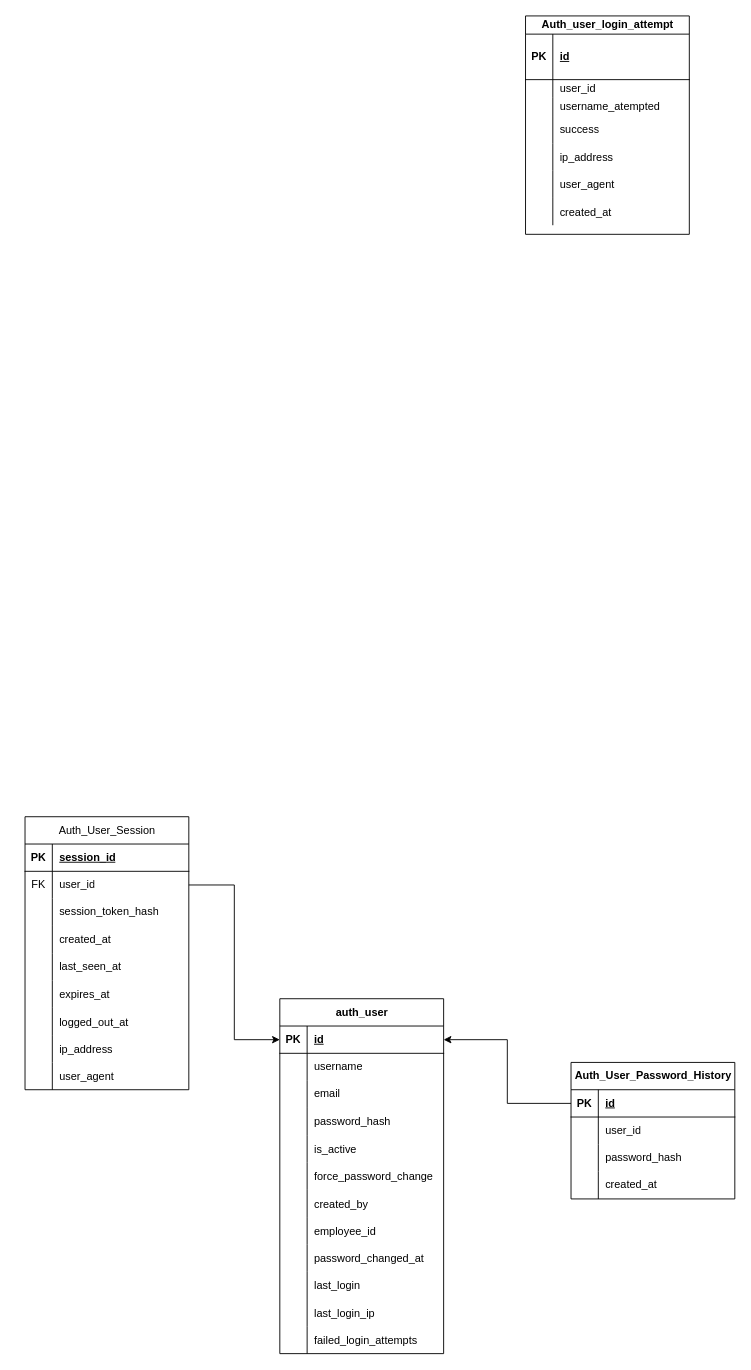
The draw.io diagram hrms.drawio in Shreya-Kosabe-07/hrms_flows2, before the edit. Source tidied: cells renumbered, new cells numbered last; positions are measured from the earlier drawing's top-left corner, leaving out a move shared by most shapes. Both pictures are drawn from the tidied source at 91%, with x=0, y=0 at pixel (25, 15).
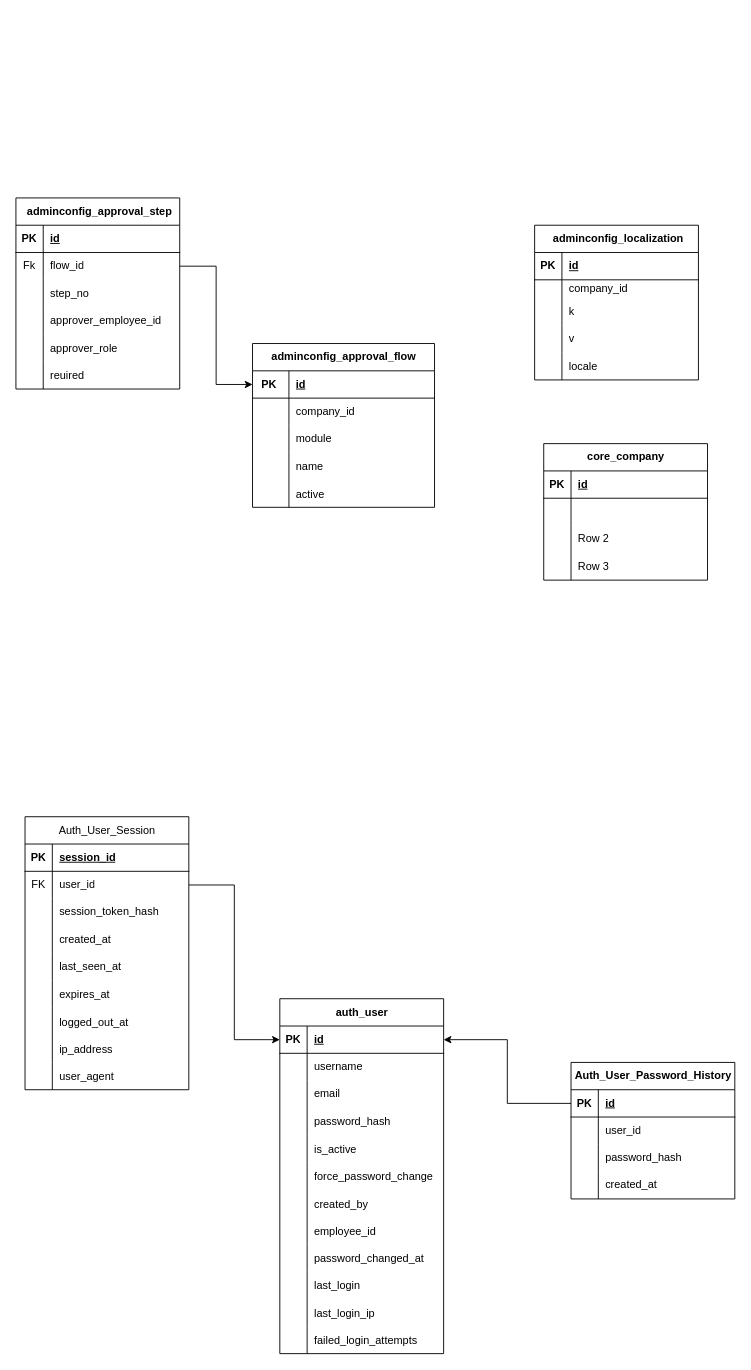
Above is the later version.

The edit, as a diff of the source:
```diff
@@
-    <mxCell id="67" value="Auth_user_login_attempt" style="shape=table;startSize=20;childLayout=tableLayout;rowLines=0;fontStyle=1;align=center;html=1;" parent="1" vertex="1">
-      <mxGeometry x="550" width="180" height="240" as="geometry" />
-    </mxCell>
-    <mxCell id="68" style="shape=tableRow;horizontal=0;startSize=0;swimlaneHead=0;swimlaneBody=0;fillColor=none;top=0;left=0;right=0;bottom=1;" parent="67" vertex="1">
-      <mxGeometry y="20" width="180" height="50" as="geometry" />
-    </mxCell>
-    <mxCell id="69" value="PK" style="shape=partialRectangle;fillColor=none;top=0;left=0;bottom=0;right=0;fontStyle=1;overflow=hidden;whiteSpace=wrap;html=1;" parent="68" vertex="1">
-      <mxGeometry width="30" height="50" as="geometry" />
-    </mxCell>
-    <mxCell id="70" value="id" style="shape=partialRectangle;fillColor=none;top=0;left=0;bottom=0;right=0;align=left;spacingLeft=6;fontStyle=5;overflow=hidden;whiteSpace=wrap;html=1;" parent="68" vertex="1">
-      <mxGeometry x="30" width="150" height="50" as="geometry" />
-    </mxCell>
-    <mxCell id="71" style="shape=tableRow;horizontal=0;startSize=0;swimlaneHead=0;swimlaneBody=0;fillColor=none;top=0;left=0;right=0;bottom=0;" parent="67" vertex="1">
-      <mxGeometry y="70" width="180" height="20" as="geometry" />
-    </mxCell>
-    <mxCell id="72" style="shape=partialRectangle;fillColor=none;top=0;left=0;bottom=0;right=0;overflow=hidden;whiteSpace=wrap;html=1;" parent="71" vertex="1">
-      <mxGeometry width="30" height="20" as="geometry" />
-    </mxCell>
-    <mxCell id="73" value="user_id" style="shape=partialRectangle;fillColor=none;top=0;left=0;bottom=0;right=0;align=left;spacingLeft=6;overflow=hidden;whiteSpace=wrap;html=1;" parent="71" vertex="1">
-      <mxGeometry x="30" width="150" height="20" as="geometry" />
-    </mxCell>
-    <mxCell id="74" style="shape=tableRow;horizontal=0;startSize=0;swimlaneHead=0;swimlaneBody=0;fillColor=none;top=0;left=0;right=0;bottom=0;" parent="67" vertex="1">
-      <mxGeometry y="90" width="180" height="20" as="geometry" />
-    </mxCell>
-    <mxCell id="75" style="shape=partialRectangle;fillColor=none;top=0;left=0;bottom=0;right=0;overflow=hidden;whiteSpace=wrap;html=1;" parent="74" vertex="1">
-      <mxGeometry width="30" height="20" as="geometry" />
-    </mxCell>
-    <mxCell id="76" value="username_atempted" style="shape=partialRectangle;fillColor=none;top=0;left=0;bottom=0;right=0;align=left;spacingLeft=6;overflow=hidden;whiteSpace=wrap;html=1;" parent="74" vertex="1">
-      <mxGeometry x="30" width="150" height="20" as="geometry" />
-    </mxCell>
-    <mxCell id="77" style="shape=tableRow;horizontal=0;startSize=0;swimlaneHead=0;swimlaneBody=0;fillColor=none;top=0;left=0;right=0;bottom=0;" parent="67" vertex="1">
-      <mxGeometry y="110" width="180" height="30" as="geometry" />
-    </mxCell>
-    <mxCell id="78" style="shape=partialRectangle;fillColor=none;top=0;left=0;bottom=0;right=0;overflow=hidden;whiteSpace=wrap;html=1;" parent="77" vertex="1">
-      <mxGeometry width="30" height="30" as="geometry" />
-    </mxCell>
-    <mxCell id="79" value="success" style="shape=partialRectangle;fillColor=none;top=0;left=0;bottom=0;right=0;align=left;spacingLeft=6;overflow=hidden;whiteSpace=wrap;html=1;" parent="77" vertex="1">
-      <mxGeometry x="30" width="150" height="30" as="geometry" />
-    </mxCell>
-    <mxCell id="80" style="shape=tableRow;horizontal=0;startSize=0;swimlaneHead=0;swimlaneBody=0;fillColor=none;top=0;left=0;right=0;bottom=0;" parent="67" vertex="1">
-      <mxGeometry y="140" width="180" height="30" as="geometry" />
-    </mxCell>
-    <mxCell id="81" style="shape=partialRectangle;fillColor=none;top=0;left=0;bottom=0;right=0;overflow=hidden;" parent="80" vertex="1">
-      <mxGeometry width="30" height="30" as="geometry" />
-    </mxCell>
-    <mxCell id="82" value="ip_address" style="shape=partialRectangle;fillColor=none;top=0;left=0;bottom=0;right=0;align=left;spacingLeft=6;overflow=hidden;" parent="80" vertex="1">
-      <mxGeometry x="30" width="150" height="30" as="geometry" />
-    </mxCell>
-    <mxCell id="83" style="shape=tableRow;horizontal=0;startSize=0;swimlaneHead=0;swimlaneBody=0;fillColor=none;top=0;left=0;right=0;bottom=0;" parent="67" vertex="1">
-      <mxGeometry y="170" width="180" height="30" as="geometry" />
-    </mxCell>
-    <mxCell id="84" style="shape=partialRectangle;fillColor=none;top=0;left=0;bottom=0;right=0;overflow=hidden;" parent="83" vertex="1">
-      <mxGeometry width="30" height="30" as="geometry" />
-    </mxCell>
-    <mxCell id="85" value="user_agent" style="shape=partialRectangle;fillColor=none;top=0;left=0;bottom=0;right=0;align=left;spacingLeft=6;overflow=hidden;" parent="83" vertex="1">
-      <mxGeometry x="30" width="150" height="30" as="geometry" />
-    </mxCell>
-    <mxCell id="86" style="shape=tableRow;horizontal=0;startSize=0;swimlaneHead=0;swimlaneBody=0;fillColor=none;top=0;left=0;right=0;bottom=0;" parent="67" vertex="1">
-      <mxGeometry y="200" width="180" height="30" as="geometry" />
-    </mxCell>
-    <mxCell id="87" style="shape=partialRectangle;fillColor=none;top=0;left=0;bottom=0;right=0;overflow=hidden;" parent="86" vertex="1">
-      <mxGeometry width="30" height="30" as="geometry" />
-    </mxCell>
-    <mxCell id="88" value="created_at" style="shape=partialRectangle;fillColor=none;top=0;left=0;bottom=0;right=0;align=left;spacingLeft=6;overflow=hidden;" parent="86" vertex="1">
-      <mxGeometry x="30" width="150" height="30" as="geometry" />
-    </mxCell>
@@
+    <mxCell id="104" value="&amp;nbsp;adminconfig_approval_step" style="shape=table;startSize=30;childLayout=tableLayout;rowLines=0;fontStyle=1;align=center;html=1;" parent="1" vertex="1">
+      <mxGeometry x="-10" y="200" width="180" height="210" as="geometry" />
+    </mxCell>
+    <mxCell id="105" style="shape=tableRow;horizontal=0;startSize=0;swimlaneHead=0;swimlaneBody=0;fillColor=none;top=0;left=0;right=0;bottom=1;" parent="104" vertex="1">
+      <mxGeometry y="30" width="180" height="30" as="geometry" />
+    </mxCell>
+    <mxCell id="106" value="PK" style="shape=partialRectangle;fillColor=none;top=0;left=0;bottom=0;right=0;fontStyle=1;overflow=hidden;whiteSpace=wrap;html=1;" parent="105" vertex="1">
+      <mxGeometry width="30" height="30" as="geometry" />
+    </mxCell>
+    <mxCell id="107" value="id" style="shape=partialRectangle;fillColor=none;top=0;left=0;bottom=0;right=0;align=left;spacingLeft=6;fontStyle=5;overflow=hidden;whiteSpace=wrap;html=1;" parent="105" vertex="1">
+      <mxGeometry x="30" width="150" height="30" as="geometry" />
+    </mxCell>
+    <mxCell id="108" style="shape=tableRow;horizontal=0;startSize=0;swimlaneHead=0;swimlaneBody=0;fillColor=none;points=[[0,0.5],[1,0.5]];portConstraint=eastwest;top=0;left=0;right=0;bottom=0;" parent="104" vertex="1">
+      <mxGeometry y="60" width="180" height="30" as="geometry" />
+    </mxCell>
+    <mxCell id="109" value="Fk" style="shape=partialRectangle;fillColor=none;top=0;left=0;bottom=0;right=0;overflow=hidden;whiteSpace=wrap;html=1;" parent="108" vertex="1">
+      <mxGeometry width="30" height="30" as="geometry" />
+    </mxCell>
+    <mxCell id="110" value="flow_id" style="shape=partialRectangle;fillColor=none;top=0;left=0;bottom=0;right=0;align=left;spacingLeft=6;overflow=hidden;whiteSpace=wrap;html=1;" parent="108" vertex="1">
+      <mxGeometry x="30" width="150" height="30" as="geometry" />
+    </mxCell>
+    <mxCell id="111" style="shape=tableRow;horizontal=0;startSize=0;swimlaneHead=0;swimlaneBody=0;fillColor=none;top=0;left=0;right=0;bottom=0;" parent="104" vertex="1">
+      <mxGeometry y="90" width="180" height="30" as="geometry" />
+    </mxCell>
+    <mxCell id="112" style="shape=partialRectangle;fillColor=none;top=0;left=0;bottom=0;right=0;overflow=hidden;whiteSpace=wrap;html=1;" parent="111" vertex="1">
+      <mxGeometry width="30" height="30" as="geometry" />
+    </mxCell>
+    <mxCell id="113" value="step_no" style="shape=partialRectangle;fillColor=none;top=0;left=0;bottom=0;right=0;align=left;spacingLeft=6;overflow=hidden;whiteSpace=wrap;html=1;" parent="111" vertex="1">
+      <mxGeometry x="30" width="150" height="30" as="geometry" />
+    </mxCell>
+    <mxCell id="114" style="shape=tableRow;horizontal=0;startSize=0;swimlaneHead=0;swimlaneBody=0;fillColor=none;top=0;left=0;right=0;bottom=0;" parent="104" vertex="1">
+      <mxGeometry y="120" width="180" height="30" as="geometry" />
+    </mxCell>
+    <mxCell id="115" style="shape=partialRectangle;fillColor=none;top=0;left=0;bottom=0;right=0;overflow=hidden;whiteSpace=wrap;html=1;" parent="114" vertex="1">
+      <mxGeometry width="30" height="30" as="geometry" />
+    </mxCell>
+    <mxCell id="116" value="approver_employee_id" style="shape=partialRectangle;fillColor=none;top=0;left=0;bottom=0;right=0;align=left;spacingLeft=6;overflow=hidden;whiteSpace=wrap;html=1;" parent="114" vertex="1">
+      <mxGeometry x="30" width="150" height="30" as="geometry" />
+    </mxCell>
+    <mxCell id="117" style="shape=tableRow;horizontal=0;startSize=0;swimlaneHead=0;swimlaneBody=0;fillColor=none;top=0;left=0;right=0;bottom=0;" parent="104" vertex="1">
+      <mxGeometry y="150" width="180" height="30" as="geometry" />
+    </mxCell>
+    <mxCell id="118" style="shape=partialRectangle;fillColor=none;top=0;left=0;bottom=0;right=0;overflow=hidden;" parent="117" vertex="1">
+      <mxGeometry width="30" height="30" as="geometry" />
+    </mxCell>
+    <mxCell id="119" value="approver_role  " style="shape=partialRectangle;fillColor=none;top=0;left=0;bottom=0;right=0;align=left;spacingLeft=6;overflow=hidden;" parent="117" vertex="1">
+      <mxGeometry x="30" width="150" height="30" as="geometry" />
+    </mxCell>
+    <mxCell id="120" style="shape=tableRow;horizontal=0;startSize=0;swimlaneHead=0;swimlaneBody=0;fillColor=none;top=0;left=0;right=0;bottom=0;" parent="104" vertex="1">
+      <mxGeometry y="180" width="180" height="30" as="geometry" />
+    </mxCell>
+    <mxCell id="121" style="shape=partialRectangle;fillColor=none;top=0;left=0;bottom=0;right=0;overflow=hidden;" parent="120" vertex="1">
+      <mxGeometry width="30" height="30" as="geometry" />
+    </mxCell>
+    <mxCell id="122" value="reuired" style="shape=partialRectangle;fillColor=none;top=0;left=0;bottom=0;right=0;align=left;spacingLeft=6;overflow=hidden;" parent="120" vertex="1">
+      <mxGeometry x="30" width="150" height="30" as="geometry" />
+    </mxCell>
+    <mxCell id="123" value="adminconfig_approval_flow" style="shape=table;startSize=30;childLayout=tableLayout;rowLines=0;fontStyle=1;align=center;html=1;" parent="1" vertex="1">
+      <mxGeometry x="250" y="360" width="200" height="180" as="geometry" />
+    </mxCell>
+    <mxCell id="124" style="shape=tableRow;horizontal=0;startSize=0;swimlaneHead=0;swimlaneBody=0;fillColor=none;points=[[0,0.5],[1,0.5]];portConstraint=eastwest;top=0;left=0;right=0;bottom=1;" parent="123" vertex="1">
+      <mxGeometry y="30" width="200" height="30" as="geometry" />
+    </mxCell>
+    <mxCell id="125" value="PK&amp;nbsp;" style="shape=partialRectangle;fillColor=none;top=0;left=0;bottom=0;right=0;fontStyle=1;overflow=hidden;whiteSpace=wrap;html=1;" parent="124" vertex="1">
+      <mxGeometry width="40" height="30" as="geometry" />
+    </mxCell>
+    <mxCell id="126" value="id" style="shape=partialRectangle;fillColor=none;top=0;left=0;bottom=0;right=0;align=left;spacingLeft=6;fontStyle=5;overflow=hidden;whiteSpace=wrap;html=1;" parent="124" vertex="1">
+      <mxGeometry x="40" width="160" height="30" as="geometry" />
+    </mxCell>
+    <mxCell id="127" style="shape=tableRow;horizontal=0;startSize=0;swimlaneHead=0;swimlaneBody=0;fillColor=none;top=0;left=0;right=0;bottom=0;" parent="123" vertex="1">
+      <mxGeometry y="60" width="200" height="30" as="geometry" />
+    </mxCell>
+    <mxCell id="128" style="shape=partialRectangle;fillColor=none;top=0;left=0;bottom=0;right=0;overflow=hidden;whiteSpace=wrap;html=1;" parent="127" vertex="1">
+      <mxGeometry width="40" height="30" as="geometry" />
+    </mxCell>
+    <mxCell id="129" value="company_id" style="shape=partialRectangle;fillColor=none;top=0;left=0;bottom=0;right=0;align=left;spacingLeft=6;overflow=hidden;whiteSpace=wrap;html=1;" parent="127" vertex="1">
+      <mxGeometry x="40" width="160" height="30" as="geometry" />
+    </mxCell>
+    <mxCell id="130" style="shape=tableRow;horizontal=0;startSize=0;swimlaneHead=0;swimlaneBody=0;fillColor=none;top=0;left=0;right=0;bottom=0;" parent="123" vertex="1">
+      <mxGeometry y="90" width="200" height="30" as="geometry" />
+    </mxCell>
+    <mxCell id="131" style="shape=partialRectangle;fillColor=none;top=0;left=0;bottom=0;right=0;overflow=hidden;whiteSpace=wrap;html=1;" parent="130" vertex="1">
+      <mxGeometry width="40" height="30" as="geometry" />
+    </mxCell>
+    <mxCell id="132" value="module" style="shape=partialRectangle;fillColor=none;top=0;left=0;bottom=0;right=0;align=left;spacingLeft=6;overflow=hidden;whiteSpace=wrap;html=1;" parent="130" vertex="1">
+      <mxGeometry x="40" width="160" height="30" as="geometry" />
+    </mxCell>
+    <mxCell id="133" style="shape=tableRow;horizontal=0;startSize=0;swimlaneHead=0;swimlaneBody=0;fillColor=none;top=0;left=0;right=0;bottom=0;" parent="123" vertex="1">
+      <mxGeometry y="120" width="200" height="30" as="geometry" />
+    </mxCell>
+    <mxCell id="134" style="shape=partialRectangle;fillColor=none;top=0;left=0;bottom=0;right=0;overflow=hidden;whiteSpace=wrap;html=1;" parent="133" vertex="1">
+      <mxGeometry width="40" height="30" as="geometry" />
+    </mxCell>
+    <mxCell id="135" value="name" style="shape=partialRectangle;fillColor=none;top=0;left=0;bottom=0;right=0;align=left;spacingLeft=6;overflow=hidden;whiteSpace=wrap;html=1;" parent="133" vertex="1">
+      <mxGeometry x="40" width="160" height="30" as="geometry" />
+    </mxCell>
+    <mxCell id="136" style="shape=tableRow;horizontal=0;startSize=0;swimlaneHead=0;swimlaneBody=0;fillColor=none;top=0;left=0;right=0;bottom=0;" parent="123" vertex="1">
+      <mxGeometry y="150" width="200" height="30" as="geometry" />
+    </mxCell>
+    <mxCell id="137" style="shape=partialRectangle;fillColor=none;top=0;left=0;bottom=0;right=0;overflow=hidden;" parent="136" vertex="1">
+      <mxGeometry width="40" height="30" as="geometry" />
+    </mxCell>
+    <mxCell id="138" value="active" style="shape=partialRectangle;fillColor=none;top=0;left=0;bottom=0;right=0;align=left;spacingLeft=6;overflow=hidden;" parent="136" vertex="1">
+      <mxGeometry x="40" width="160" height="30" as="geometry" />
+    </mxCell>
+    <mxCell id="139" style="edgeStyle=orthogonalEdgeStyle;rounded=0;jettySize=auto;html=1;entryX=0;entryY=0.5;entryDx=0;entryDy=0;" parent="1" edge="1" source="108" target="124">
+      <mxGeometry relative="1" as="geometry" />
+    </mxCell>
+    <mxCell id="140" value="&amp;nbsp;adminconfig_localization" style="shape=table;startSize=30;childLayout=tableLayout;rowLines=0;fontStyle=1;align=center;html=1;" parent="1" vertex="1">
+      <mxGeometry x="560" y="230" width="180" height="170" as="geometry" />
+    </mxCell>
+    <mxCell id="141" style="shape=tableRow;horizontal=0;startSize=0;swimlaneHead=0;swimlaneBody=0;fillColor=none;top=0;left=0;right=0;bottom=1;" parent="140" vertex="1">
+      <mxGeometry y="30" width="180" height="30" as="geometry" />
+    </mxCell>
+    <mxCell id="142" value="PK" style="shape=partialRectangle;fillColor=none;top=0;left=0;bottom=0;right=0;fontStyle=1;overflow=hidden;whiteSpace=wrap;html=1;" parent="141" vertex="1">
+      <mxGeometry width="30" height="30" as="geometry" />
+    </mxCell>
+    <mxCell id="143" value="id" style="shape=partialRectangle;fillColor=none;top=0;left=0;bottom=0;right=0;align=left;spacingLeft=6;fontStyle=5;overflow=hidden;whiteSpace=wrap;html=1;" parent="141" vertex="1">
+      <mxGeometry x="30" width="150" height="30" as="geometry" />
+    </mxCell>
+    <mxCell id="144" style="shape=tableRow;horizontal=0;startSize=0;swimlaneHead=0;swimlaneBody=0;fillColor=none;top=0;left=0;right=0;bottom=0;" parent="140" vertex="1">
+      <mxGeometry y="60" width="180" height="20" as="geometry" />
+    </mxCell>
+    <mxCell id="145" style="shape=partialRectangle;fillColor=none;top=0;left=0;bottom=0;right=0;overflow=hidden;whiteSpace=wrap;html=1;" parent="144" vertex="1">
+      <mxGeometry width="30" height="20" as="geometry" />
+    </mxCell>
+    <mxCell id="146" value="company_id" style="shape=partialRectangle;fillColor=none;top=0;left=0;bottom=0;right=0;align=left;spacingLeft=6;overflow=hidden;whiteSpace=wrap;html=1;" parent="144" vertex="1">
+      <mxGeometry x="30" width="150" height="20" as="geometry" />
+    </mxCell>
+    <mxCell id="147" style="shape=tableRow;horizontal=0;startSize=0;swimlaneHead=0;swimlaneBody=0;fillColor=none;top=0;left=0;right=0;bottom=0;" parent="140" vertex="1">
+      <mxGeometry y="80" width="180" height="30" as="geometry" />
+    </mxCell>
+    <mxCell id="148" style="shape=partialRectangle;fillColor=none;top=0;left=0;bottom=0;right=0;overflow=hidden;whiteSpace=wrap;html=1;" parent="147" vertex="1">
+      <mxGeometry width="30" height="30" as="geometry" />
+    </mxCell>
+    <mxCell id="149" value="k" style="shape=partialRectangle;fillColor=none;top=0;left=0;bottom=0;right=0;align=left;spacingLeft=6;overflow=hidden;whiteSpace=wrap;html=1;" parent="147" vertex="1">
+      <mxGeometry x="30" width="150" height="30" as="geometry" />
+    </mxCell>
+    <mxCell id="77" style="shape=tableRow;horizontal=0;startSize=0;swimlaneHead=0;swimlaneBody=0;fillColor=none;top=0;left=0;right=0;bottom=0;" parent="140" vertex="1">
+      <mxGeometry y="110" width="180" height="30" as="geometry" />
+    </mxCell>
+    <mxCell id="150" style="shape=partialRectangle;fillColor=none;top=0;left=0;bottom=0;right=0;overflow=hidden;whiteSpace=wrap;html=1;" parent="77" vertex="1">
+      <mxGeometry width="30" height="30" as="geometry" />
+    </mxCell>
+    <mxCell id="151" value="v" style="shape=partialRectangle;fillColor=none;top=0;left=0;bottom=0;right=0;align=left;spacingLeft=6;overflow=hidden;whiteSpace=wrap;html=1;" parent="77" vertex="1">
+      <mxGeometry x="30" width="150" height="30" as="geometry" />
+    </mxCell>
+    <mxCell id="80" style="shape=tableRow;horizontal=0;startSize=0;swimlaneHead=0;swimlaneBody=0;fillColor=none;top=0;left=0;right=0;bottom=0;" parent="140" vertex="1">
+      <mxGeometry y="140" width="180" height="30" as="geometry" />
+    </mxCell>
+    <mxCell id="152" style="shape=partialRectangle;fillColor=none;top=0;left=0;bottom=0;right=0;overflow=hidden;" parent="80" vertex="1">
+      <mxGeometry width="30" height="30" as="geometry" />
+    </mxCell>
+    <mxCell id="153" value="locale" style="shape=partialRectangle;fillColor=none;top=0;left=0;bottom=0;right=0;align=left;spacingLeft=6;overflow=hidden;" parent="80" vertex="1">
+      <mxGeometry x="30" width="150" height="30" as="geometry" />
+    </mxCell>
+    <mxCell id="154" value="core_company" style="shape=table;startSize=30;childLayout=tableLayout;rowLines=0;fontStyle=1;align=center;html=1;" parent="1" vertex="1">
+      <mxGeometry x="570" y="470" width="180" height="150" as="geometry" />
+    </mxCell>
+    <mxCell id="155" style="shape=tableRow;horizontal=0;startSize=0;swimlaneHead=0;swimlaneBody=0;fillColor=none;top=0;left=0;right=0;bottom=1;" parent="154" vertex="1">
+      <mxGeometry y="30" width="180" height="30" as="geometry" />
+    </mxCell>
+    <mxCell id="156" value="PK" style="shape=partialRectangle;fillColor=none;top=0;left=0;bottom=0;right=0;fontStyle=1;overflow=hidden;whiteSpace=wrap;html=1;" parent="155" vertex="1">
+      <mxGeometry width="30" height="30" as="geometry" />
+    </mxCell>
+    <mxCell id="157" value="id" style="shape=partialRectangle;fillColor=none;top=0;left=0;bottom=0;right=0;align=left;spacingLeft=6;fontStyle=5;overflow=hidden;whiteSpace=wrap;html=1;" parent="155" vertex="1">
+      <mxGeometry x="30" width="150" height="30" as="geometry" />
+    </mxCell>
+    <mxCell id="158" style="shape=tableRow;horizontal=0;startSize=0;swimlaneHead=0;swimlaneBody=0;fillColor=none;top=0;left=0;right=0;bottom=0;" parent="154" vertex="1">
+      <mxGeometry y="60" width="180" height="30" as="geometry" />
+    </mxCell>
+    <mxCell id="159" style="shape=partialRectangle;fillColor=none;top=0;left=0;bottom=0;right=0;overflow=hidden;whiteSpace=wrap;html=1;" parent="158" vertex="1">
+      <mxGeometry width="30" height="30" as="geometry" />
+    </mxCell>
+    <mxCell id="160" style="shape=partialRectangle;fillColor=none;top=0;left=0;bottom=0;right=0;align=left;spacingLeft=6;overflow=hidden;whiteSpace=wrap;html=1;" parent="158" vertex="1">
+      <mxGeometry x="30" width="150" height="30" as="geometry" />
+    </mxCell>
+    <mxCell id="161" style="shape=tableRow;horizontal=0;startSize=0;swimlaneHead=0;swimlaneBody=0;fillColor=none;top=0;left=0;right=0;bottom=0;" parent="154" vertex="1">
+      <mxGeometry y="90" width="180" height="30" as="geometry" />
+    </mxCell>
+    <mxCell id="162" style="shape=partialRectangle;fillColor=none;top=0;left=0;bottom=0;right=0;overflow=hidden;whiteSpace=wrap;html=1;" parent="161" vertex="1">
+      <mxGeometry width="30" height="30" as="geometry" />
+    </mxCell>
+    <mxCell id="163" value="Row 2" style="shape=partialRectangle;fillColor=none;top=0;left=0;bottom=0;right=0;align=left;spacingLeft=6;overflow=hidden;whiteSpace=wrap;html=1;" parent="161" vertex="1">
+      <mxGeometry x="30" width="150" height="30" as="geometry" />
+    </mxCell>
+    <mxCell id="164" style="shape=tableRow;horizontal=0;startSize=0;swimlaneHead=0;swimlaneBody=0;fillColor=none;top=0;left=0;right=0;bottom=0;" parent="154" vertex="1">
+      <mxGeometry y="120" width="180" height="30" as="geometry" />
+    </mxCell>
+    <mxCell id="165" style="shape=partialRectangle;fillColor=none;top=0;left=0;bottom=0;right=0;overflow=hidden;whiteSpace=wrap;html=1;" parent="164" vertex="1">
+      <mxGeometry width="30" height="30" as="geometry" />
+    </mxCell>
+    <mxCell id="166" value="Row 3" style="shape=partialRectangle;fillColor=none;top=0;left=0;bottom=0;right=0;align=left;spacingLeft=6;overflow=hidden;whiteSpace=wrap;html=1;" parent="164" vertex="1">
+      <mxGeometry x="30" width="150" height="30" as="geometry" />
+    </mxCell>
```
